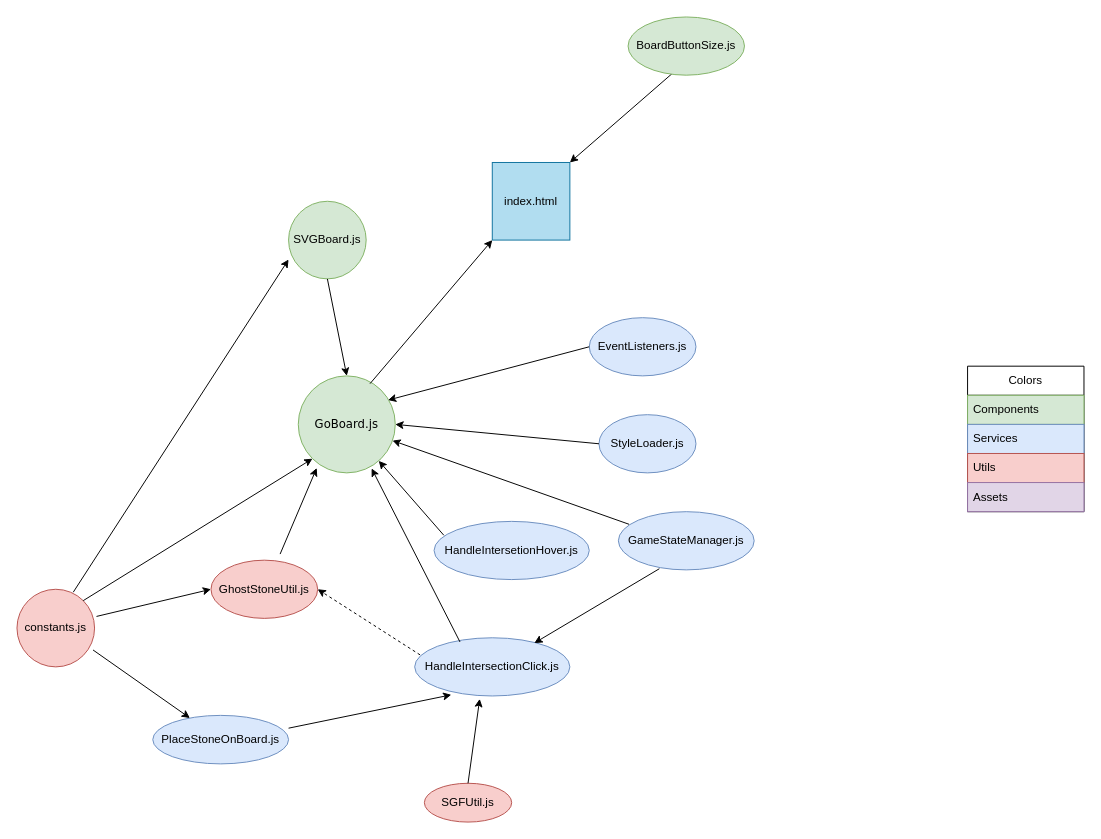
The draw.io diagram WebGo.drawio in enokiLucas/Diagrams, before the edit. Source tidied: cells renumbered, new cells numbered last; positions are measured from the earlier drawing's top-left corner, leaving out a move shared by most shapes. Both pictures are drawn from the tidied source at 97%, with x=0, y=0 at pixel (16, 16).
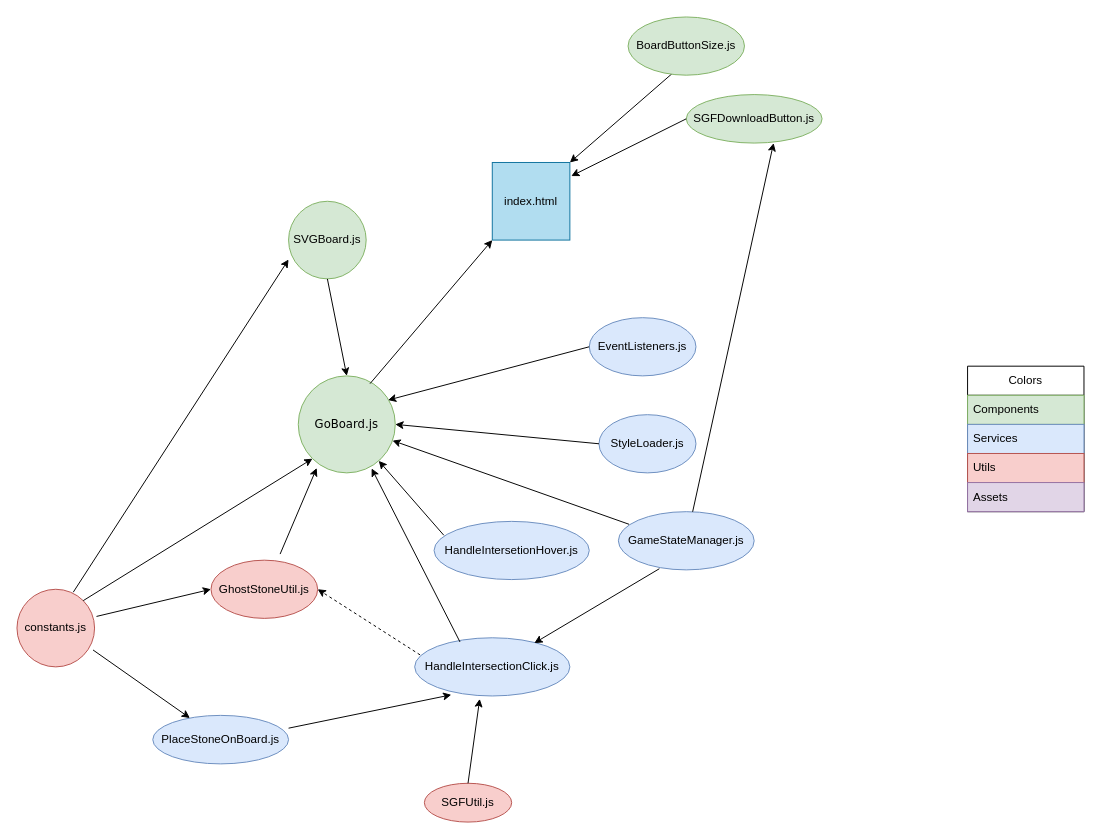
The same diagram, later.

The change refers to these unchanged cells:
```xml
<mxCell id="11" value="index.html" style="whiteSpace=wrap;html=1;fillColor=#b1ddf0;strokeColor=#10739e;" parent="1" vertex="1">
  <mxGeometry x="490" y="150" width="80" height="80" as="geometry" />
</mxCell>
<mxCell id="25" value="GameStateManager.js" style="ellipse;whiteSpace=wrap;html=1;fillColor=#dae8fc;strokeColor=#6c8ebf;" parent="1" vertex="1">
  <mxGeometry x="620" y="510" width="140" height="60" as="geometry" />
</mxCell>
```

Diff of the diagram source:
```diff
@@
+    <mxCell id="37" value="SGFDownloadButton.js" style="ellipse;whiteSpace=wrap;html=1;fillColor=#d5e8d4;strokeColor=#82b366;" parent="1" vertex="1">
+      <mxGeometry x="690" y="80" width="140" height="50" as="geometry" />
+    </mxCell>
+    <mxCell id="38" style="endArrow=classic;html=1;rounded=0;entryX=1.018;entryY=0.175;entryDx=0;entryDy=0;entryPerimeter=0;exitX=0;exitY=0.5;exitDx=0;exitDy=0;" parent="1" edge="1" source="37" target="11">
+      <mxGeometry relative="1" as="geometry" />
+    </mxCell>
+    <mxCell id="39" style="endArrow=classic;html=1;rounded=0;entryX=0.643;entryY=1;entryDx=0;entryDy=0;entryPerimeter=0;" parent="1" edge="1" source="25" target="37">
+      <mxGeometry relative="1" as="geometry" />
+    </mxCell>
```
